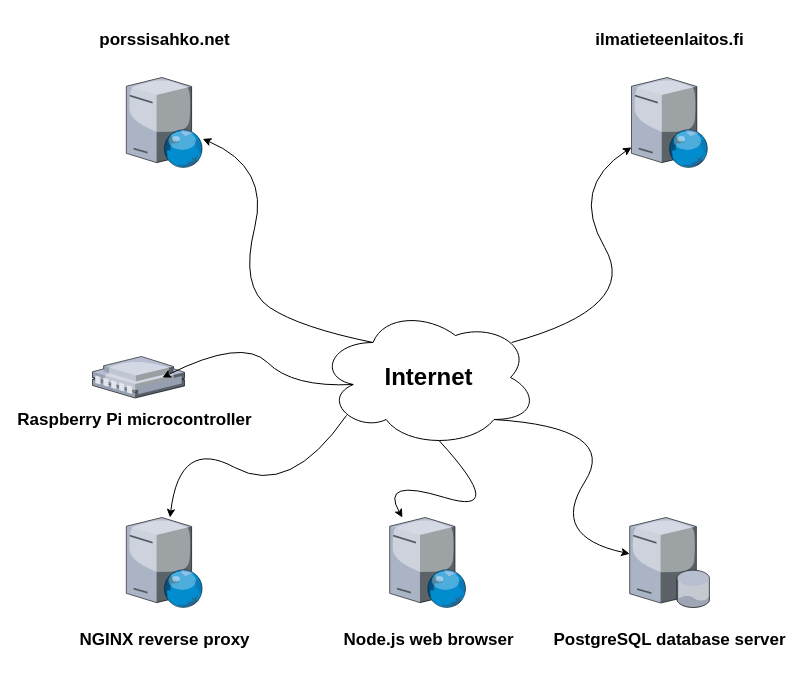
LehtJan/SmartHome-Application keeps this draw.io diagram as docs/SmartHome.drawio. Above is the earlier version. Source tidied: cells renumbered, new cells numbered last; positions are measured from the earlier drawing's top-left corner, leaving out a move shared by most shapes. Both pictures are drawn from the tidied source at 100%, with x=0, y=0 at pixel (84, 17).
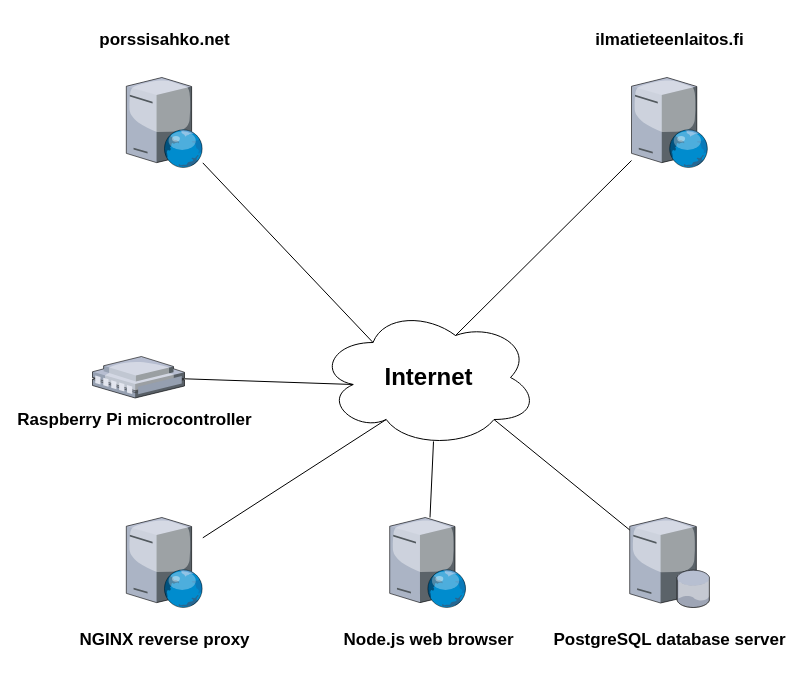
After the change.

The change refers to these unchanged cells:
```xml
<mxCell id="2" style="shape=cloud;whiteSpace=wrap;html=1;" parent="1" vertex="1">
  <mxGeometry x="233.5" y="290" width="220" height="140" as="geometry" />
</mxCell>
<mxCell id="3" style="verticalLabelPosition=bottom;sketch=0;html=1;verticalAlign=top;strokeColor=none;align=center;outlineConnect=0;shape=mxgraph.citrix.web_server;" parent="1" vertex="1">
  <mxGeometry x="41.8" y="60" width="76.5" height="90" as="geometry" />
</mxCell>
<mxCell id="4" style="verticalLabelPosition=bottom;sketch=0;html=1;verticalAlign=top;strokeColor=none;align=center;outlineConnect=0;shape=mxgraph.citrix.web_server;" parent="1" vertex="1">
  <mxGeometry x="547" y="60" width="76.5" height="90" as="geometry" />
</mxCell>
<mxCell id="5" style="verticalLabelPosition=bottom;sketch=0;html=1;verticalAlign=top;strokeColor=none;align=center;outlineConnect=0;shape=mxgraph.citrix.web_server;" parent="1" vertex="1">
  <mxGeometry x="41.8" y="500" width="76.5" height="90" as="geometry" />
</mxCell>
<mxCell id="6" style="verticalLabelPosition=bottom;sketch=0;html=1;verticalAlign=top;strokeColor=none;align=center;outlineConnect=0;shape=mxgraph.citrix.web_server;" parent="1" vertex="1">
  <mxGeometry x="305.2" y="500" width="76.5" height="90" as="geometry" />
</mxCell>
<mxCell id="12" style="verticalLabelPosition=bottom;sketch=0;html=1;verticalAlign=top;strokeColor=none;align=center;outlineConnect=0;shape=mxgraph.citrix.database_server;" parent="1" vertex="1">
  <mxGeometry x="545.2" y="500" width="80" height="90" as="geometry" />
</mxCell>
<mxCell id="19" style="verticalLabelPosition=bottom;sketch=0;html=1;verticalAlign=top;strokeColor=none;align=center;outlineConnect=0;shape=mxgraph.citrix.remote_office;" parent="1" vertex="1">
  <mxGeometry x="8" y="339" width="92" height="41.5" as="geometry" />
</mxCell>
```

The edit, as a diff of the source:
```diff
@@
-    <mxCell id="14" style="curved=1;endArrow=classic;html=1;rounded=0;exitX=0.25;exitY=0.25;exitDx=0;exitDy=0;exitPerimeter=0;" parent="1" edge="1" source="2" target="3">
-      <mxGeometry relative="1" as="geometry">
-        <Array as="points">
-          <mxPoint x="215.2" y="310" />
-          <mxPoint x="155.2" y="270" />
-          <mxPoint x="185.2" y="150" />
-        </Array>
-      </mxGeometry>
-    </mxCell>
-    <mxCell id="15" style="curved=1;endArrow=classic;html=1;rounded=0;exitX=0.88;exitY=0.25;exitDx=0;exitDy=0;exitPerimeter=0;" parent="1" edge="1" source="2" target="4">
-      <mxGeometry relative="1" as="geometry">
-        <Array as="points">
-          <mxPoint x="555.2" y="290" />
-          <mxPoint x="485.2" y="170" />
-        </Array>
-      </mxGeometry>
-    </mxCell>
-    <mxCell id="16" style="curved=1;endArrow=classic;html=1;rounded=0;exitX=0.13;exitY=0.77;exitDx=0;exitDy=0;exitPerimeter=0;" parent="1" edge="1" source="2" target="5">
-      <mxGeometry relative="1" as="geometry">
-        <Array as="points">
-          <mxPoint x="205.2" y="480" />
-          <mxPoint x="95.2" y="420" />
-        </Array>
-      </mxGeometry>
-    </mxCell>
-    <mxCell id="17" style="curved=1;endArrow=classic;html=1;rounded=0;exitX=0.8;exitY=0.8;exitDx=0;exitDy=0;exitPerimeter=0;" parent="1" edge="1" source="2" target="12">
-      <mxGeometry relative="1" as="geometry">
-        <Array as="points">
-          <mxPoint x="535.2" y="410" />
-          <mxPoint x="465.2" y="519" />
-        </Array>
-      </mxGeometry>
-    </mxCell>
-    <mxCell id="18" style="curved=1;endArrow=classic;html=1;rounded=0;exitX=0.55;exitY=0.95;exitDx=0;exitDy=0;exitPerimeter=0;" parent="1" edge="1" source="2" target="6">
-      <mxGeometry relative="1" as="geometry">
-        <Array as="points">
-          <mxPoint x="425.2" y="500" />
-          <mxPoint x="295.2" y="460" />
-        </Array>
-      </mxGeometry>
-    </mxCell>
@@
-    <mxCell id="21" style="curved=1;endArrow=classic;html=1;rounded=0;entryX=0.761;entryY=0.506;entryDx=0;entryDy=0;entryPerimeter=0;exitX=0.16;exitY=0.55;exitDx=0;exitDy=0;exitPerimeter=0;" parent="1" edge="1" source="2" target="19">
-      <mxGeometry relative="1" as="geometry">
-        <Array as="points">
-          <mxPoint x="208" y="370" />
-          <mxPoint x="158" y="320" />
-        </Array>
-      </mxGeometry>
-    </mxCell>
+    <mxCell id="22" style="endArrow=none;html=1;rounded=0;entryX=0.25;entryY=0.25;entryDx=0;entryDy=0;entryPerimeter=0;" parent="1" edge="1" source="3" target="2">
+      <mxGeometry relative="1" as="geometry" />
+    </mxCell>
+    <mxCell id="23" style="endArrow=none;html=1;rounded=0;entryX=0.16;entryY=0.55;entryDx=0;entryDy=0;entryPerimeter=0;" parent="1" edge="1" source="19" target="2">
+      <mxGeometry relative="1" as="geometry" />
+    </mxCell>
+    <mxCell id="24" style="endArrow=none;html=1;rounded=0;entryX=0.31;entryY=0.8;entryDx=0;entryDy=0;entryPerimeter=0;" parent="1" edge="1" source="5" target="2">
+      <mxGeometry relative="1" as="geometry" />
+    </mxCell>
+    <mxCell id="25" style="endArrow=none;html=1;rounded=0;entryX=0.525;entryY=0.957;entryDx=0;entryDy=0;entryPerimeter=0;" parent="1" edge="1" source="6" target="2">
+      <mxGeometry relative="1" as="geometry" />
+    </mxCell>
+    <mxCell id="17" style="endArrow=none;html=1;rounded=0;exitX=0.8;exitY=0.8;exitDx=0;exitDy=0;exitPerimeter=0;" parent="1" edge="1" source="2" target="12">
+      <mxGeometry relative="1" as="geometry" />
+    </mxCell>
+    <mxCell id="15" style="endArrow=none;html=1;rounded=0;exitX=0.625;exitY=0.2;exitDx=0;exitDy=0;exitPerimeter=0;" parent="1" edge="1" source="2" target="4">
+      <mxGeometry relative="1" as="geometry" />
+    </mxCell>
```
